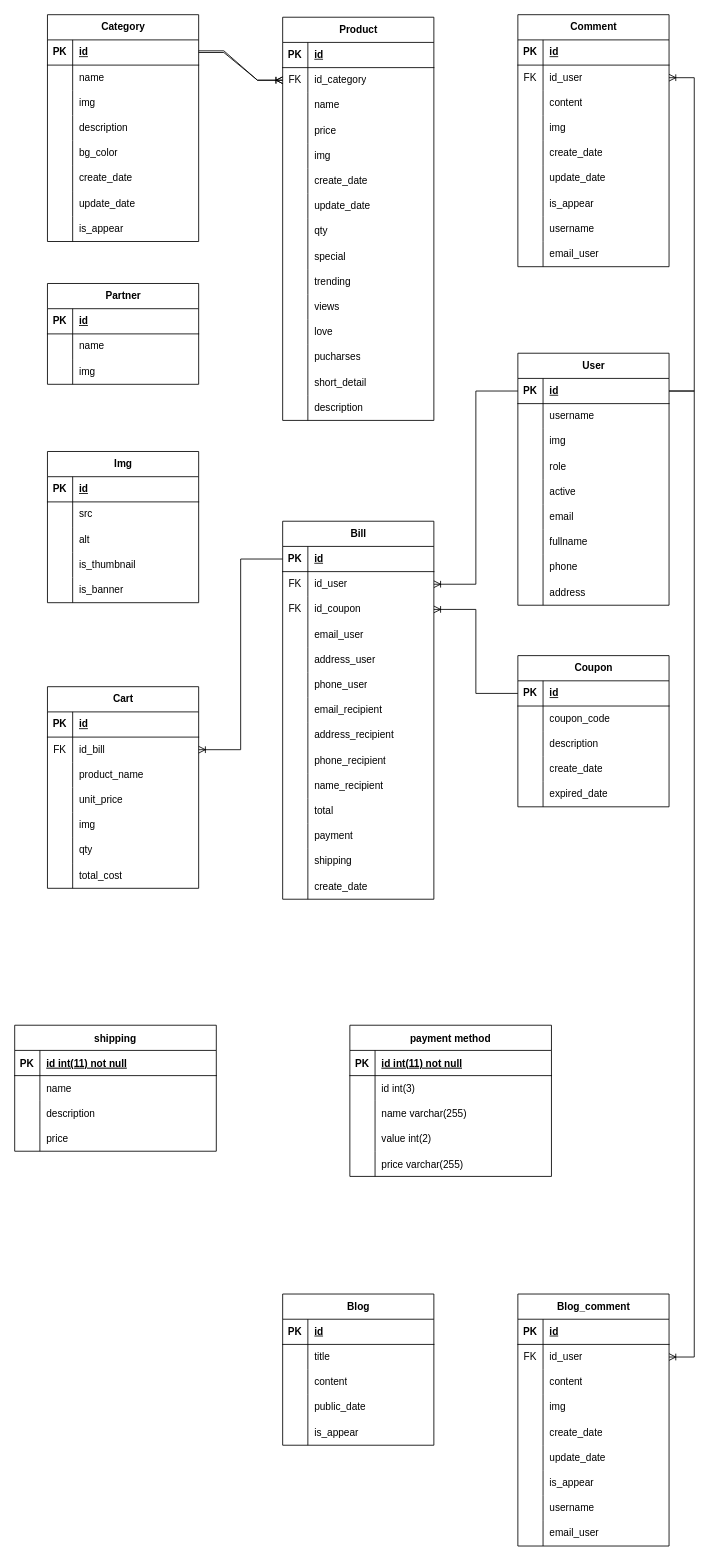
Above: page "ERD_Level-2" (1 of 3) of .vscode/LEGOUS_DIAGRAM.drawio in thanh8724/Legous (draw.io), before the change. Source tidied: cells renumbered, new cells numbered last; positions are measured from the earlier drawing's top-left corner, leaving out a move shared by most shapes. Both pictures are drawn from the tidied source at 84%, with x=0, y=0 at pixel (14, 14).
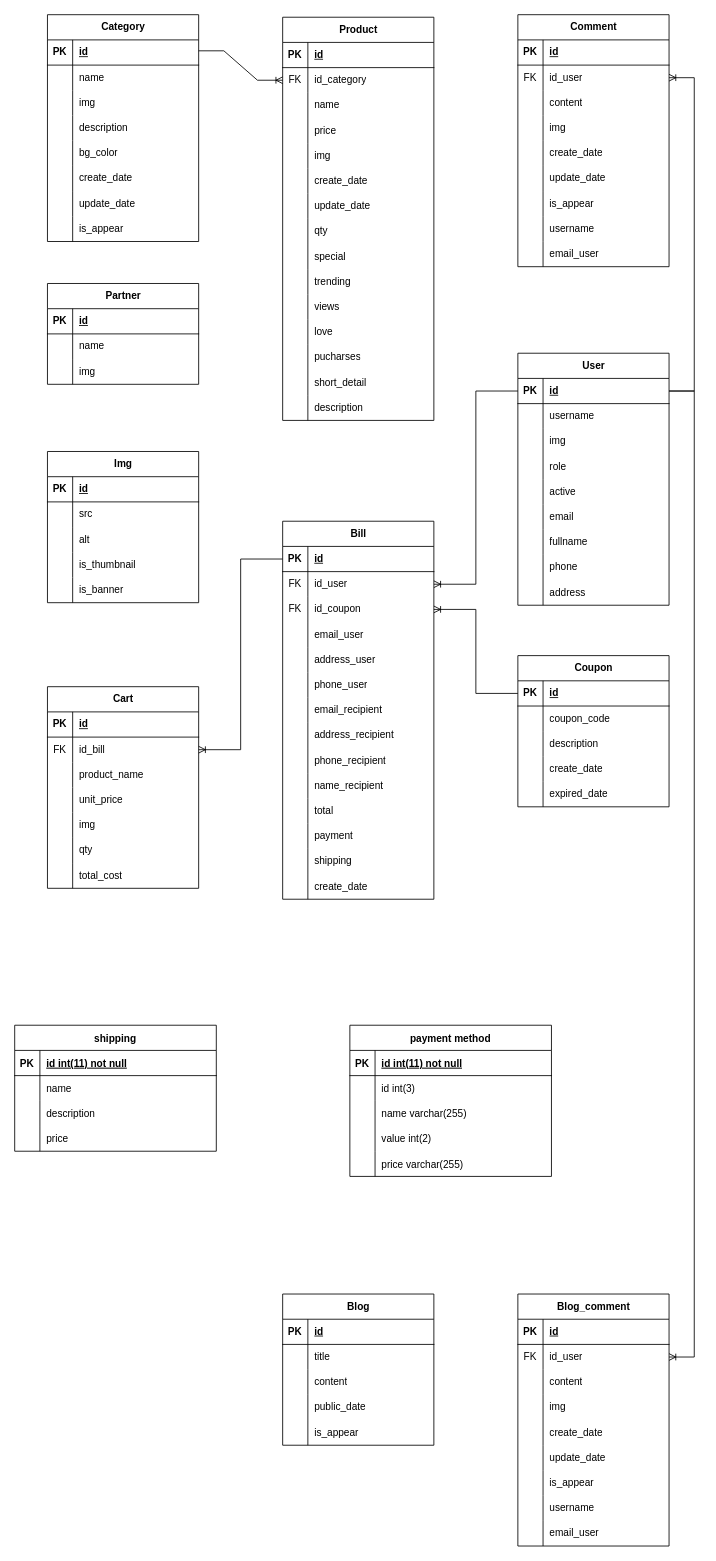
After the change.

Unchanged cells that the change refers to:
```xml
<mxCell id="6" style="shape=tableRow;horizontal=0;startSize=0;swimlaneHead=0;swimlaneBody=0;fillColor=none;points=[[0,0.5],[1,0.5]];portConstraint=eastwest;top=0;left=0;right=0;bottom=0;" parent="2" vertex="1">
  <mxGeometry y="60" width="180" height="30" as="geometry" />
</mxCell>
<mxCell id="49" style="shape=tableRow;horizontal=0;startSize=0;swimlaneHead=0;swimlaneBody=0;fillColor=none;points=[[0,0.5],[1,0.5]];portConstraint=eastwest;top=0;left=0;right=0;bottom=1;" parent="48" vertex="1">
  <mxGeometry y="30" width="180" height="30" as="geometry" />
</mxCell>
```

Change to the diagram source:
```diff
@@
-    <mxCell id="281" style="edgeStyle=entityRelationEdgeStyle;fontSize=12;html=1;endArrow=ERoneToMany;rounded=0;exitX=1;exitY=0.5;exitDx=0;exitDy=0;" parent="1" edge="1" source="49" target="6">
-      <mxGeometry relative="1" as="geometry" />
-    </mxCell>
```
